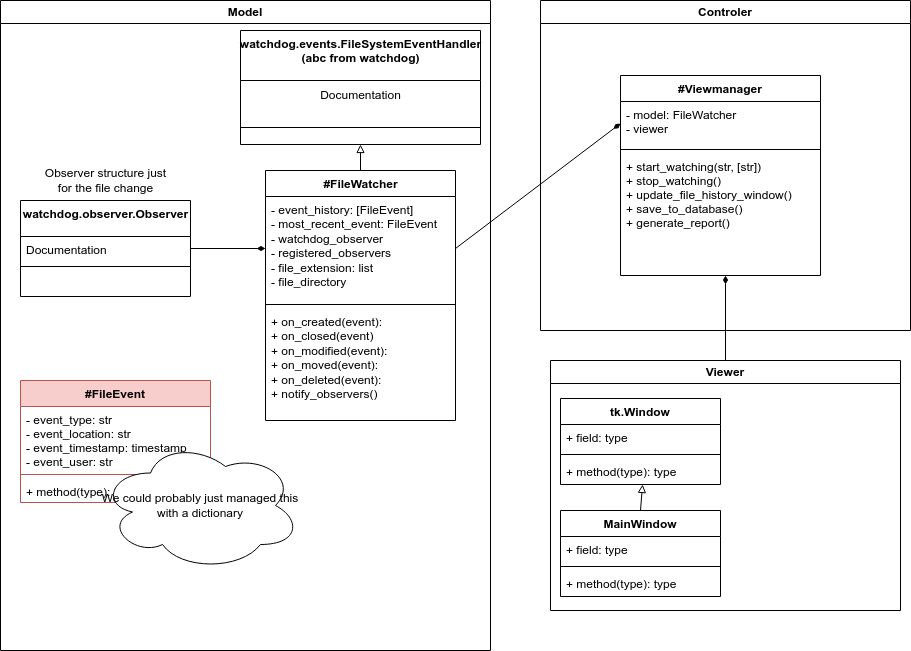
warlicks/File-Watcher keeps this draw.io diagram as docs/class_diagram.drawio.png. Above is the earlier version. Source tidied: cells renumbered, new cells last; positions are measured from the earlier drawing's top-left corner, leaving out a move shared by most shapes.
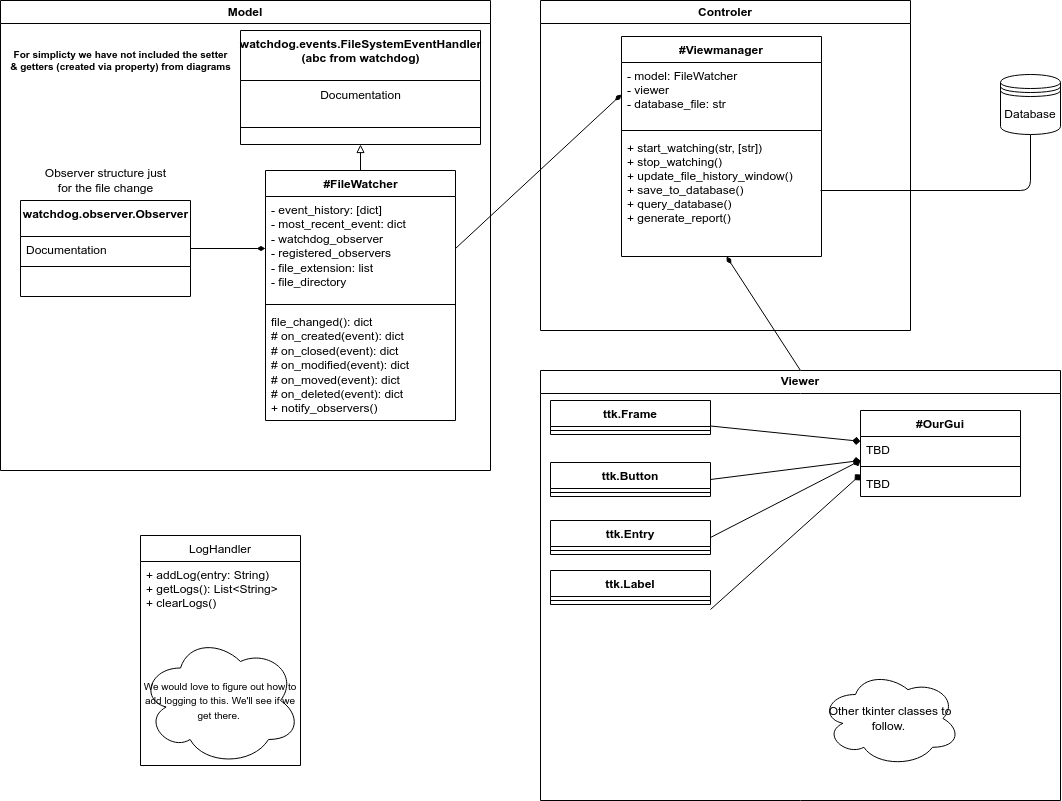
Later version of the same file.

Commit message:
Finished draft.

Diff of the diagram source:
```diff
@@ -3,7 +3,7 @@
     <mxCell id="0" />
     <mxCell id="1" parent="0" />
     <mxCell id="2" value="Model" style="swimlane;whiteSpace=wrap;html=1;" parent="1" vertex="1">
-      <mxGeometry width="490" height="650" as="geometry" />
+      <mxGeometry width="490" height="470" as="geometry" />
     </mxCell>
     <mxCell id="3" value="watchdog.events.FileSystemEventHandler&lt;br&gt;(abc from watchdog)" style="swimlane;fontStyle=1;align=center;verticalAlign=top;horizontal=1;startSize=50;html=1;" parent="2" vertex="1">
       <mxGeometry x="240" y="30" width="240" height="114" as="geometry" />
@@ -32,13 +32,13 @@
     <mxCell id="11" value="#FileWatcher" style="swimlane;fontStyle=1;align=center;verticalAlign=top;horizontal=1;startSize=26;html=1;" parent="2" vertex="1">
       <mxGeometry x="265" y="170" width="190" height="250" as="geometry" />
     </mxCell>
-    <mxCell id="12" value="- event_history: [FileEvent]&lt;br&gt;- most_recent_event: FileEvent&lt;br&gt;- watchdog_observer&lt;br&gt;- registered_observers&lt;br&gt;- file_extension: list&lt;br&gt;- file_directory" style="text;strokeColor=none;fillColor=none;align=left;verticalAlign=top;spacingLeft=4;spacingRight=4;overflow=hidden;points=[[0,0.5],[1,0.5]];portConstraint=eastwest;html=1;" parent="11" vertex="1">
+    <mxCell id="12" value="- event_history: [dict]&lt;br&gt;- most_recent_event: dict&lt;br&gt;- watchdog_observer&lt;br&gt;- registered_observers&lt;br&gt;- file_extension: list&lt;br&gt;- file_directory" style="text;strokeColor=none;fillColor=none;align=left;verticalAlign=top;spacingLeft=4;spacingRight=4;overflow=hidden;points=[[0,0.5],[1,0.5]];portConstraint=eastwest;html=1;" parent="11" vertex="1">
       <mxGeometry y="26" width="190" height="104" as="geometry" />
     </mxCell>
     <mxCell id="13" style="line;strokeWidth=1;fillColor=none;align=left;verticalAlign=middle;spacingTop=-1;spacingLeft=3;spacingRight=3;labelPosition=right;strokeColor=inherit;html=1;" parent="11" vertex="1">
       <mxGeometry y="130" width="190" height="8" as="geometry" />
     </mxCell>
-    <mxCell id="14" value="+ on_created(event):&lt;br&gt;+ on_closed(event)&amp;nbsp;&lt;br&gt;+ on_modified(event):&lt;br&gt;+ on_moved(event):&lt;br&gt;+ on_deleted(event):&lt;br&gt;+ notify_observers()" style="text;strokeColor=none;fillColor=none;align=left;verticalAlign=top;spacingLeft=4;spacingRight=4;overflow=hidden;html=1;" parent="11" vertex="1">
+    <mxCell id="14" value="file_changed(): dict&lt;br&gt;# on_created(event): dict&lt;br&gt;# on_closed(event): dict&lt;br&gt;# on_modified(event): dict&lt;br&gt;# on_moved(event): dict&lt;br&gt;# on_deleted(event): dict&lt;br&gt;+ notify_observers()" style="text;strokeColor=none;fillColor=none;align=left;verticalAlign=top;spacingLeft=4;spacingRight=4;overflow=hidden;html=1;" parent="11" vertex="1">
       <mxGeometry y="138" width="190" height="112" as="geometry" />
     </mxCell>
     <mxCell id="15" style="edgeStyle=none;html=1;strokeColor=none;endArrow=diamondThin;endFill=1;" parent="2" edge="1" source="12" target="7">
@@ -50,21 +50,9 @@
     <mxCell id="17" style="edgeStyle=none;html=1;endArrow=block;endFill=0;" parent="2" edge="1" source="11" target="5">
       <mxGeometry relative="1" as="geometry" />
     </mxCell>
-    <mxCell id="18" value="#FileEvent" style="swimlane;fontStyle=1;align=center;verticalAlign=top;horizontal=1;startSize=26;fillColor=#f8cecc;strokeColor=#b85450;" parent="2" vertex="1">
-      <mxGeometry x="20" y="380" width="190" height="122" as="geometry" />
-    </mxCell>
-    <mxCell id="19" value="- event_type: str&#10;- event_location: str&#10;- event_timestamp: timestamp &#10;- event_user: str" style="text;strokeColor=none;fillColor=none;align=left;verticalAlign=top;spacingLeft=4;spacingRight=4;overflow=hidden;" parent="18" vertex="1">
-      <mxGeometry y="26" width="190" height="64" as="geometry" />
-    </mxCell>
-    <mxCell id="20" style="line;strokeWidth=1;fillColor=none;align=left;verticalAlign=middle;spacingTop=-1;spacingLeft=3;spacingRight=3;labelPosition=right;strokeColor=inherit;" parent="18" vertex="1">
-      <mxGeometry y="90" width="190" height="8" as="geometry" />
-    </mxCell>
-    <mxCell id="21" value="+ method(type): type" style="text;strokeColor=none;fillColor=none;align=left;verticalAlign=top;spacingLeft=4;spacingRight=4;overflow=hidden;" parent="18" vertex="1">
-      <mxGeometry y="98" width="190" height="24" as="geometry" />
-    </mxCell>
-    <mxCell id="22" value="We could probably just managed this with a dictionary" style="ellipse;shape=cloud;whiteSpace=wrap;html=1;" parent="2" vertex="1">
-      <mxGeometry x="100" y="440" width="200" height="130" as="geometry" />
-    </mxCell>
+    <mxCell id="40" value="&lt;span style=&quot;&quot;&gt;&lt;b&gt;For simplicty we have not included the setter &lt;br&gt;&amp;amp; getters (created via property) from diagrams&lt;/b&gt;&lt;/span&gt;" style="text;html=1;align=center;verticalAlign=middle;strokeColor=none;fillColor=none;fontSize=10;" parent="2" vertex="1">
+      <mxGeometry y="40" width="240" height="40" as="geometry" />
+    </mxCell>
     <mxCell id="23" style="edgeStyle=none;html=1;exitX=1;exitY=0.5;exitDx=0;exitDy=0;entryX=0;entryY=0.5;entryDx=0;entryDy=0;endArrow=diamondThin;endFill=1;" parent="1" edge="1" source="12" target="26">
       <mxGeometry relative="1" as="geometry" />
     </mxCell>
@@ -72,49 +60,99 @@
       <mxGeometry x="540" width="370" height="330" as="geometry" />
     </mxCell>
     <mxCell id="25" value="#Viewmanager" style="swimlane;fontStyle=1;align=center;verticalAlign=top;horizontal=1;startSize=26;" parent="24" vertex="1">
-      <mxGeometry x="80" y="75" width="200" height="200" as="geometry" />
+      <mxGeometry x="81" y="36" width="200" height="220" as="geometry" />
     </mxCell>
-    <mxCell id="26" value="- model: FileWatcher&#10;- viewer" style="text;strokeColor=none;fillColor=none;align=left;verticalAlign=top;spacingLeft=4;spacingRight=4;overflow=hidden;points=[[0,0.5],[1,0.5]];portConstraint=eastwest;" parent="25" vertex="1">
-      <mxGeometry y="26" width="200" height="44" as="geometry" />
+    <mxCell id="26" value="- model: FileWatcher&#10;- viewer&#10;- database_file: str" style="text;strokeColor=none;fillColor=none;align=left;verticalAlign=top;spacingLeft=4;spacingRight=4;overflow=hidden;points=[[0,0.5],[1,0.5]];portConstraint=eastwest;" parent="25" vertex="1">
+      <mxGeometry y="26" width="200" height="64" as="geometry" />
     </mxCell>
     <mxCell id="27" style="line;strokeWidth=1;fillColor=none;align=left;verticalAlign=middle;spacingTop=-1;spacingLeft=3;spacingRight=3;labelPosition=right;strokeColor=inherit;" parent="25" vertex="1">
-      <mxGeometry y="70" width="200" height="8" as="geometry" />
+      <mxGeometry y="90" width="200" height="8" as="geometry" />
     </mxCell>
-    <mxCell id="28" value="+ start_watching(str, [str])&#10;+ stop_watching()&#10;+ update_file_history_window()&#10;+ save_to_database()&#10;+ generate_report()" style="text;strokeColor=none;fillColor=none;align=left;verticalAlign=top;spacingLeft=4;spacingRight=4;overflow=hidden;points=[[0,0.5],[1,0.5]];portConstraint=eastwest;" parent="25" vertex="1">
-      <mxGeometry y="78" width="200" height="122" as="geometry" />
+    <mxCell id="28" value="+ start_watching(str, [str])&#10;+ stop_watching()&#10;+ update_file_history_window()&#10;+ save_to_database()&#10;+ query_database()&#10;+ generate_report()" style="text;strokeColor=none;fillColor=none;align=left;verticalAlign=top;spacingLeft=4;spacingRight=4;overflow=hidden;points=[[0,0.5],[1,0.5]];portConstraint=eastwest;" parent="25" vertex="1">
+      <mxGeometry y="98" width="200" height="122" as="geometry" />
     </mxCell>
+    <mxCell id="41" style="endArrow=none;html=1;edgeStyle=orthogonalEdgeStyle;entryX=0.5;entryY=1;entryDx=0;entryDy=0;" parent="24" edge="1" target="57">
+      <mxGeometry relative="1" as="geometry">
+        <mxPoint x="280" y="190" as="sourcePoint" />
+      </mxGeometry>
+    </mxCell>
+    <mxCell id="42" value="child" style="edgeLabel;html=1;align=right;verticalAlign=bottom;" parent="41" vertex="1">
+      <mxGeometry x="1" relative="1" as="geometry" />
+    </mxCell>
     <mxCell id="29" style="edgeStyle=none;html=1;exitX=0.5;exitY=0;exitDx=0;exitDy=0;entryX=0.525;entryY=1;entryDx=0;entryDy=0;entryPerimeter=0;endArrow=diamondThin;endFill=1;" parent="1" edge="1" source="30" target="28">
       <mxGeometry relative="1" as="geometry" />
     </mxCell>
     <mxCell id="30" value="Viewer" style="swimlane;whiteSpace=wrap;html=1;" parent="1" vertex="1">
-      <mxGeometry x="550" y="360" width="350" height="250" as="geometry" />
+      <mxGeometry x="540" y="370" width="520" height="430" as="geometry" />
     </mxCell>
-    <mxCell id="31" value="tk.Window" style="swimlane;fontStyle=1;align=center;verticalAlign=top;horizontal=1;startSize=26;" parent="30" vertex="1">
-      <mxGeometry x="10" y="38" width="160" height="86" as="geometry" />
+    <mxCell id="31" value="ttk.Frame" style="swimlane;fontStyle=1;align=center;verticalAlign=top;horizontal=1;startSize=26;" parent="30" vertex="1">
+      <mxGeometry x="10" y="30" width="160" height="34" as="geometry" />
     </mxCell>
-    <mxCell id="32" value="+ field: type" style="text;strokeColor=none;fillColor=none;align=left;verticalAlign=top;spacingLeft=4;spacingRight=4;overflow=hidden;" parent="31" vertex="1">
-      <mxGeometry y="26" width="160" height="26" as="geometry" />
-    </mxCell>
     <mxCell id="33" style="line;strokeWidth=1;fillColor=none;align=left;verticalAlign=middle;spacingTop=-1;spacingLeft=3;spacingRight=3;labelPosition=right;strokeColor=inherit;" parent="31" vertex="1">
-      <mxGeometry y="52" width="160" height="8" as="geometry" />
+      <mxGeometry y="26" width="160" height="8" as="geometry" />
     </mxCell>
-    <mxCell id="34" value="+ method(type): type" style="text;strokeColor=none;fillColor=none;align=left;verticalAlign=top;spacingLeft=4;spacingRight=4;overflow=hidden;points=[[0,0.5],[1,0.5]];portConstraint=eastwest;" parent="31" vertex="1">
-      <mxGeometry y="60" width="160" height="26" as="geometry" />
-    </mxCell>
-    <mxCell id="35" style="edgeStyle=none;html=1;exitX=0.5;exitY=0;exitDx=0;exitDy=0;entryX=0.513;entryY=1;entryDx=0;entryDy=0;entryPerimeter=0;endArrow=block;endFill=0;" parent="30" edge="1" source="36" target="34">
-      <mxGeometry relative="1" as="geometry" />
-    </mxCell>
-    <mxCell id="36" value="MainWindow" style="swimlane;fontStyle=1;align=center;verticalAlign=top;horizontal=1;startSize=26;" parent="30" vertex="1">
-      <mxGeometry x="10" y="150" width="160" height="86" as="geometry" />
+    <mxCell id="36" value="#OurGui" style="swimlane;fontStyle=1;align=center;verticalAlign=top;horizontal=1;startSize=26;" parent="30" vertex="1">
+      <mxGeometry x="320" y="40" width="160" height="86" as="geometry" />
     </mxCell>
-    <mxCell id="37" value="+ field: type" style="text;strokeColor=none;fillColor=none;align=left;verticalAlign=top;spacingLeft=4;spacingRight=4;overflow=hidden;points=[[0,0.5],[1,0.5]];portConstraint=eastwest;" parent="36" vertex="1">
+    <mxCell id="37" value="TBD" style="text;strokeColor=none;fillColor=none;align=left;verticalAlign=top;spacingLeft=4;spacingRight=4;overflow=hidden;points=[[0,0.5],[1,0.5]];portConstraint=eastwest;" parent="36" vertex="1">
       <mxGeometry y="26" width="160" height="26" as="geometry" />
     </mxCell>
     <mxCell id="38" style="line;strokeWidth=1;fillColor=none;align=left;verticalAlign=middle;spacingTop=-1;spacingLeft=3;spacingRight=3;labelPosition=right;strokeColor=inherit;" parent="36" vertex="1">
       <mxGeometry y="52" width="160" height="8" as="geometry" />
     </mxCell>
-    <mxCell id="39" value="+ method(type): type" style="text;strokeColor=none;fillColor=none;align=left;verticalAlign=top;spacingLeft=4;spacingRight=4;overflow=hidden;points=[[0,0.5],[1,0.5]];portConstraint=eastwest;" parent="36" vertex="1">
+    <mxCell id="39" value="TBD" style="text;strokeColor=none;fillColor=none;align=left;verticalAlign=top;spacingLeft=4;spacingRight=4;overflow=hidden;points=[[0,0.5],[1,0.5]];portConstraint=eastwest;" parent="36" vertex="1">
       <mxGeometry y="60" width="160" height="26" as="geometry" />
     </mxCell>
+    <mxCell id="43" value="ttk.Button" style="swimlane;fontStyle=1;align=center;verticalAlign=top;horizontal=1;startSize=26;" parent="30" vertex="1">
+      <mxGeometry x="10" y="92" width="160" height="34" as="geometry" />
+    </mxCell>
+    <mxCell id="44" style="line;strokeWidth=1;fillColor=none;align=left;verticalAlign=middle;spacingTop=-1;spacingLeft=3;spacingRight=3;labelPosition=right;strokeColor=inherit;" parent="43" vertex="1">
+      <mxGeometry y="26" width="160" height="8" as="geometry" />
+    </mxCell>
+    <mxCell id="45" style="edgeStyle=none;html=1;exitX=1;exitY=0.75;exitDx=0;exitDy=0;endArrow=diamond;endFill=1;" parent="30" edge="1" source="31" target="37">
+      <mxGeometry relative="1" as="geometry" />
+    </mxCell>
+    <mxCell id="46" style="edgeStyle=none;html=1;exitX=1;exitY=0.5;exitDx=0;exitDy=0;endArrow=diamond;endFill=1;" parent="30" edge="1" source="43">
+      <mxGeometry relative="1" as="geometry">
+        <mxPoint x="320" y="90" as="targetPoint" />
+      </mxGeometry>
+    </mxCell>
+    <mxCell id="47" value="ttk.Entry" style="swimlane;fontStyle=1;align=center;verticalAlign=top;horizontal=1;startSize=26;" parent="30" vertex="1">
+      <mxGeometry x="10" y="150" width="160" height="34" as="geometry" />
+    </mxCell>
+    <mxCell id="48" style="line;strokeWidth=1;fillColor=none;align=left;verticalAlign=middle;spacingTop=-1;spacingLeft=3;spacingRight=3;labelPosition=right;strokeColor=inherit;" parent="47" vertex="1">
+      <mxGeometry y="26" width="160" height="8" as="geometry" />
+    </mxCell>
+    <mxCell id="49" style="edgeStyle=none;html=1;exitX=1;exitY=0.5;exitDx=0;exitDy=0;endArrow=diamond;endFill=1;" parent="30" edge="1" source="47">
+      <mxGeometry relative="1" as="geometry">
+        <mxPoint x="320" y="90" as="targetPoint" />
+      </mxGeometry>
+    </mxCell>
+    <mxCell id="50" value="ttk.Label" style="swimlane;fontStyle=1;align=center;verticalAlign=top;horizontal=1;startSize=26;" parent="30" vertex="1">
+      <mxGeometry x="10" y="200" width="160" height="34" as="geometry" />
+    </mxCell>
+    <mxCell id="51" style="line;strokeWidth=1;fillColor=none;align=left;verticalAlign=middle;spacingTop=-1;spacingLeft=3;spacingRight=3;labelPosition=right;strokeColor=inherit;" parent="50" vertex="1">
+      <mxGeometry y="26" width="160" height="8" as="geometry" />
+    </mxCell>
+    <mxCell id="52" style="edgeStyle=none;html=1;exitX=1;exitY=0.5;exitDx=0;exitDy=0;entryX=0.002;entryY=0.154;entryDx=0;entryDy=0;entryPerimeter=0;endArrow=diamond;endFill=1;" parent="30" edge="1" target="39">
+      <mxGeometry relative="1" as="geometry">
+        <mxPoint x="170" y="239" as="sourcePoint" />
+      </mxGeometry>
+    </mxCell>
+    <mxCell id="53" value="Other tkinter classes to follow.&amp;nbsp;" style="ellipse;shape=cloud;whiteSpace=wrap;html=1;" parent="30" vertex="1">
+      <mxGeometry x="280" y="300" width="140" height="96" as="geometry" />
+    </mxCell>
+    <mxCell id="54" value="LogHandler" style="swimlane;fontStyle=0;align=center;verticalAlign=top;horizontal=1;startSize=26;rounded=0;shadow=0;strokeWidth=1;" parent="1" vertex="1">
+      <mxGeometry x="140" y="535" width="160" height="230" as="geometry" />
+    </mxCell>
+    <mxCell id="55" value="+ addLog(entry: String)&#10;+ getLogs(): List&lt;String&gt;&#10;+ clearLogs()" style="text;align=left;verticalAlign=top;spacingLeft=4;spacingRight=4;overflow=hidden;" parent="54" vertex="1">
+      <mxGeometry y="26" width="160" height="74" as="geometry" />
+    </mxCell>
+    <mxCell id="56" value="&lt;font style=&quot;font-size: 10px;&quot;&gt;We would love to figure out how to add logging to this. We'll see if we get there.&amp;nbsp;&lt;/font&gt;" style="ellipse;shape=cloud;whiteSpace=wrap;html=1;" parent="54" vertex="1">
+      <mxGeometry y="100" width="160" height="130" as="geometry" />
+    </mxCell>
+    <mxCell id="57" value="Database" style="shape=datastore;whiteSpace=wrap;html=1;" parent="1" vertex="1">
+      <mxGeometry x="1000" y="74" width="60" height="60" as="geometry" />
+    </mxCell>
   </root>
 </mxGraphModel>
```
